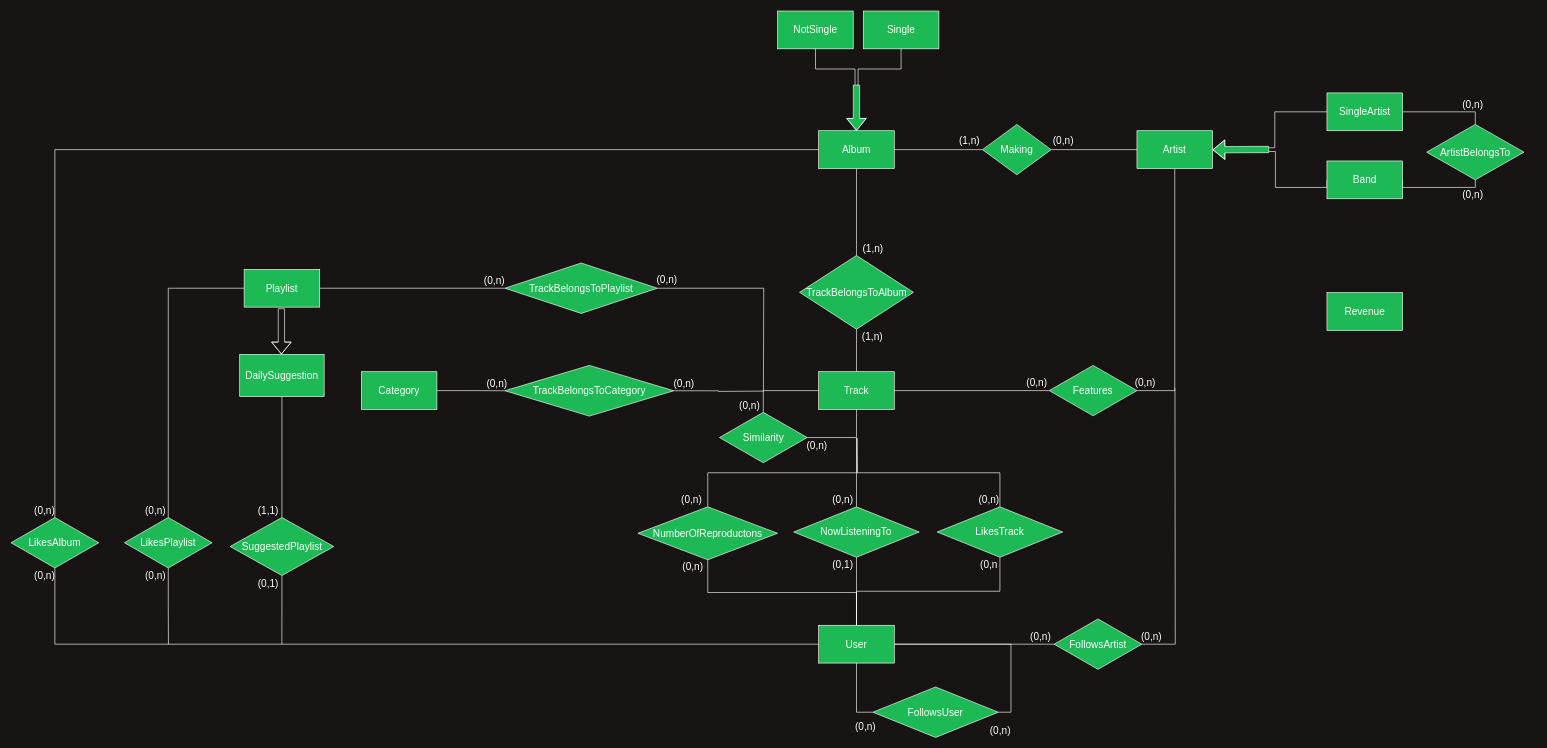
Earlier version of the draw.io diagram Documentazione/ER.drawio (gabrycina/spotify-clone). Source tidied: cells renumbered, new cells numbered last; positions are measured from the earlier drawing's top-left corner, leaving out a move shared by most shapes. Both pictures are drawn from the tidied source at 63%, with x=0, y=0 at pixel (11, 11).
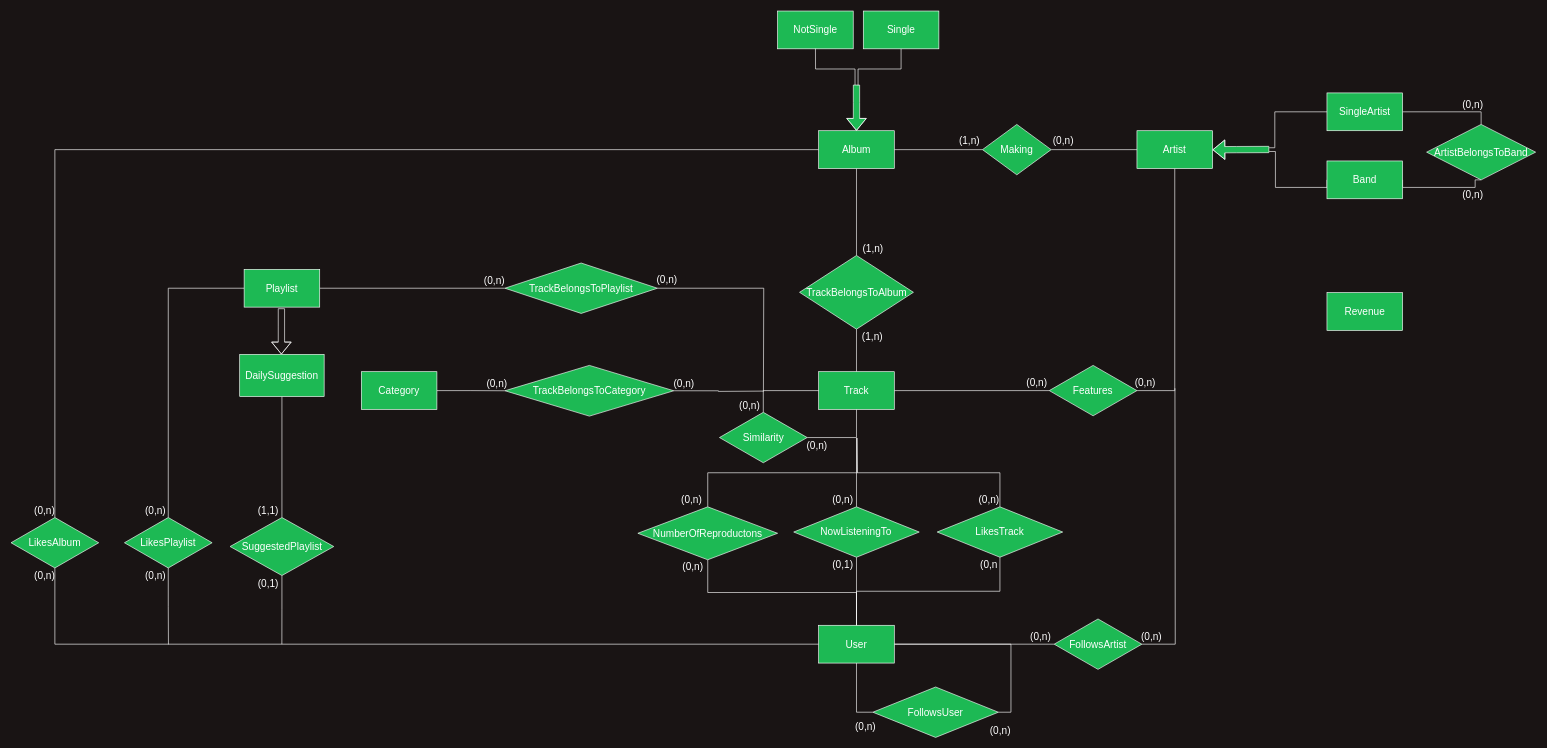
The same diagram, later.

The edit, as a diff of the source:
```diff
@@
-    <mxCell id="19" value="ArtistBelongsTo" style="rhombus;whiteSpace=wrap;html=1;shadow=0;fontSize=16;fontColor=#FFFFFF;strokeColor=#FFFFFF;fillColor=#1DB954;gradientColor=none;" parent="1" vertex="1">
-      <mxGeometry x="2247" y="180" width="154.5" height="88" as="geometry" />
+    <mxCell id="19" value="ArtistBelongsToBand" style="rhombus;whiteSpace=wrap;html=1;shadow=0;fontSize=16;fontColor=#FFFFFF;strokeColor=#FFFFFF;fillColor=#1DB954;gradientColor=none;" parent="1" vertex="1">
+      <mxGeometry x="2247" y="180" width="173" height="88" as="geometry" />
     </mxCell>
```
